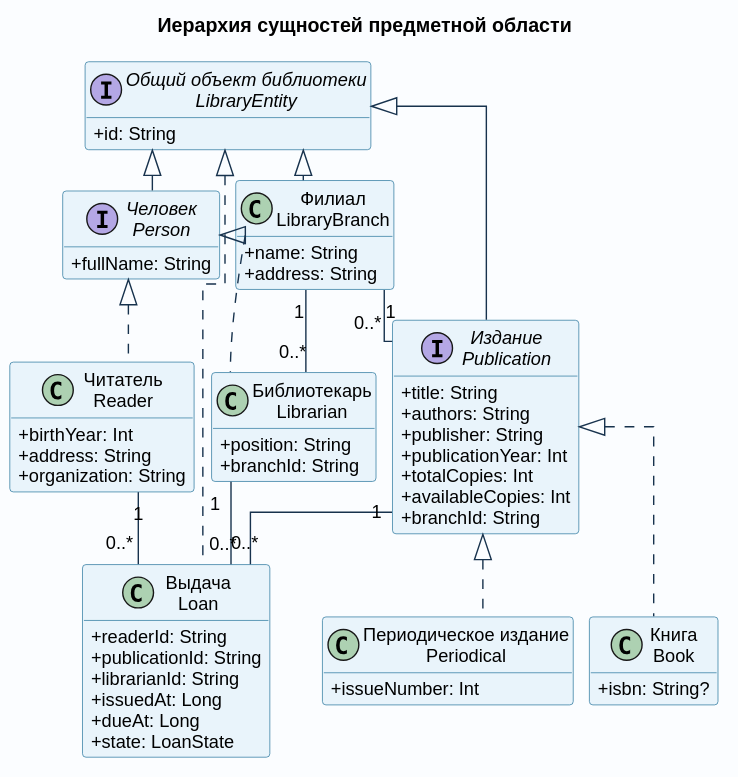
Earlier version of the PlantUML export docs/images/oop_entities.svg (pank-suai/course-oop-library).
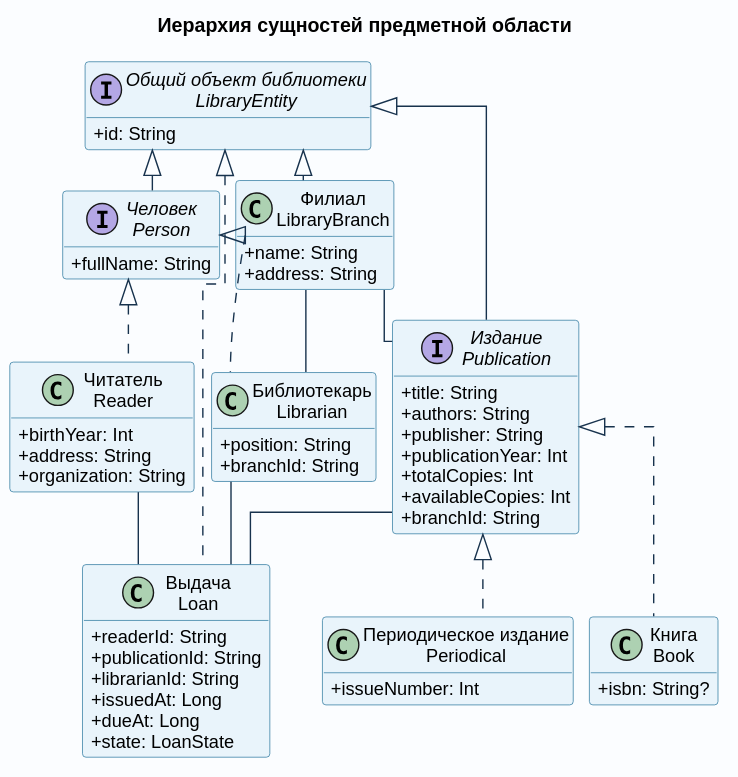
Above is the later version.

Diff of the diagram source:
```diff
@@ -73,9 +73,9 @@
 Publication <|.. Book
 Publication <|.. Periodical
 
-Reader "1" -- "0..*" Loan
-Publication "1" -- "0..*" Loan
-Librarian "1" -- "0..*" Loan
-LibraryBranch "1" -- "0..*" Librarian
-LibraryBranch "1" -- "0..*" Publication
+Reader -- Loan
+Publication -- Loan
+Librarian -- Loan
+LibraryBranch -- Librarian
+LibraryBranch -- Publication
 @enduml
```
